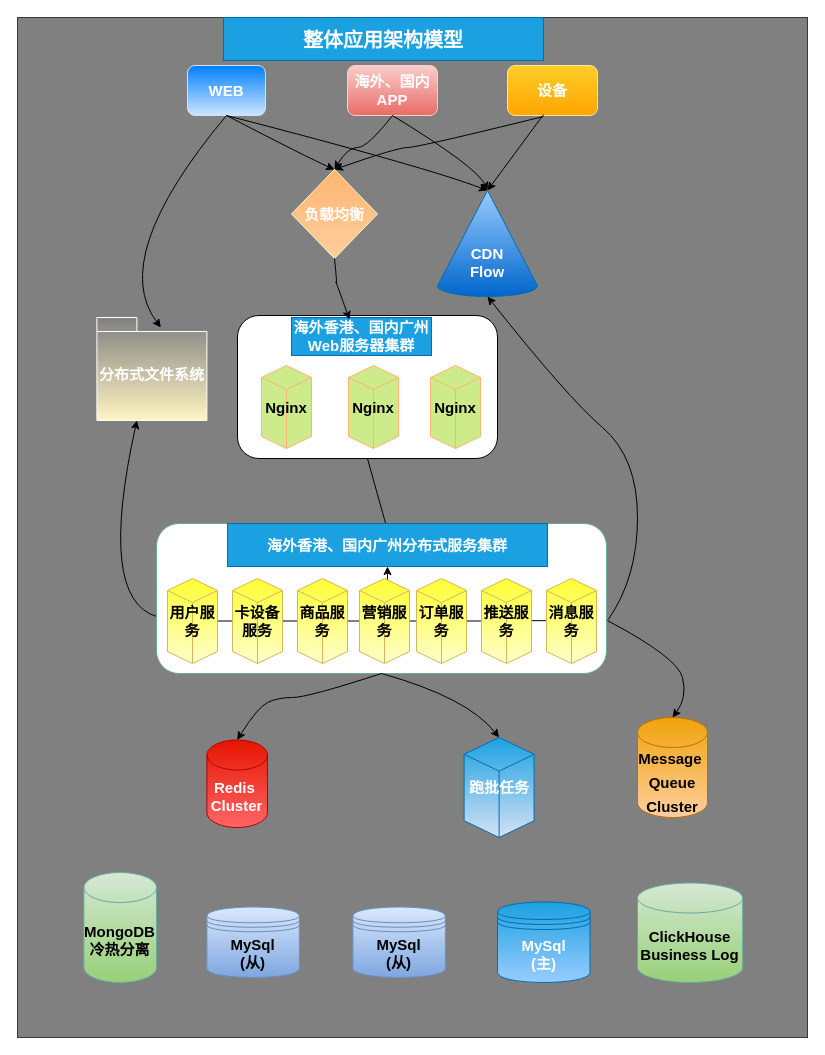
Above: cloudbirds/整体全景应用架构模型3.0.drawio in luoyongshun/framework (draw.io), before the change. Source tidied: cells renumbered, new cells numbered last; positions are measured from the earlier drawing's top-left corner, leaving out a move shared by most shapes. Both pictures are drawn from the tidied source at 100%, with x=0, y=0 at pixel (17, 17).
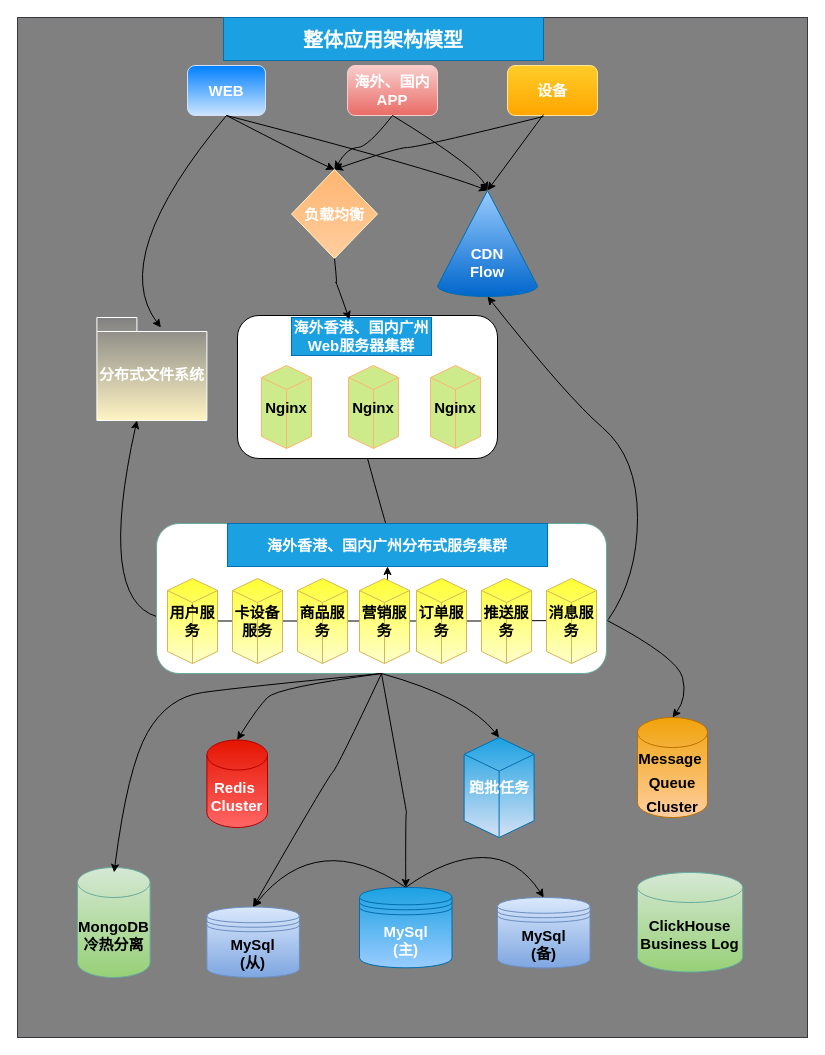
The same page after the edit.

Commit message (it also covers changes not shown here):
更新整体全景应用架构模型3.0.drawio

The change refers to these unchanged cells:
```xml
<mxCell id="12" style="rounded=1;whiteSpace=wrap;html=1;strokeColor=#67AB9F;fontSize=15;fontColor=#000000;fillColor=#FFFFFF;" parent="1" vertex="1">
  <mxGeometry x="139" y="506" width="450" height="150" as="geometry" />
</mxCell>
<mxCell id="23" value="MySql&lt;br&gt;(从)" style="shape=datastore;whiteSpace=wrap;html=1;strokeColor=#6c8ebf;fontSize=15;fillColor=#dae8fc;gradientColor=#7ea6e0;fontStyle=1;" parent="1" vertex="1">
  <mxGeometry x="189.4" y="889.5" width="92.5" height="70.5" as="geometry" />
</mxCell>
<mxCell id="34" value="&lt;font style=&quot;font-size: 15px;&quot;&gt;&lt;span style=&quot;&quot;&gt;Redis&amp;nbsp;&lt;/span&gt;&lt;br&gt;&lt;font style=&quot;font-size: 15px;&quot;&gt;Cluster&lt;/font&gt;&lt;/font&gt;" style="shape=cylinder3;whiteSpace=wrap;html=1;boundedLbl=1;backgroundOutline=1;size=15;fontSize=15;fillColor=#e51400;strokeColor=#B20000;fontStyle=1;fontColor=#ffffff;gradientColor=#FF6666;" parent="1" vertex="1">
  <mxGeometry x="189.4" y="722.5" width="60.6" height="87.5" as="geometry" />
</mxCell>
```

What changed in the source:
```diff
@@
     <mxCell id="24" value="MongoDB&lt;br&gt;冷热分离" style="shape=cylinder3;whiteSpace=wrap;html=1;boundedLbl=1;backgroundOutline=1;size=15;fontSize=15;fillColor=#d5e8d4;strokeColor=#67AB9F;gradientColor=#97d077;fontStyle=1;" parent="1" vertex="1">
-      <mxGeometry x="66.4" y="855" width="72.6" height="110" as="geometry" />
+      <mxGeometry x="60" y="850" width="72.6" height="110" as="geometry" />
     </mxCell>
@@
     <mxCell id="26" value="&lt;font style=&quot;font-size: 15px;&quot;&gt;ClickHouse&lt;br&gt;Business Log&lt;/font&gt;" style="shape=cylinder3;whiteSpace=wrap;html=1;boundedLbl=1;backgroundOutline=1;size=15;fontSize=15;fillColor=#d5e8d4;strokeColor=#67AB9F;gradientColor=#97d077;fontStyle=1;" parent="1" vertex="1">
-      <mxGeometry x="620" y="865.5" width="105.2" height="99.5" as="geometry" />
+      <mxGeometry x="620" y="855" width="105.2" height="99.5" as="geometry" />
     </mxCell>
@@
-    <mxCell id="28" value="MySql&lt;br style=&quot;border-color: var(--border-color);&quot;&gt;(从)" style="shape=datastore;whiteSpace=wrap;html=1;strokeColor=#6c8ebf;fontSize=15;fillColor=#dae8fc;gradientColor=#7ea6e0;fontStyle=1;" parent="1" vertex="1">
-      <mxGeometry x="335.4" y="889.5" width="92.5" height="70.5" as="geometry" />
+    <mxCell id="28" value="MySql&lt;br style=&quot;border-color: var(--border-color);&quot;&gt;(备)" style="shape=datastore;whiteSpace=wrap;html=1;strokeColor=#6c8ebf;fontSize=15;fillColor=#dae8fc;gradientColor=#7ea6e0;fontStyle=1;" parent="1" vertex="1">
+      <mxGeometry x="480" y="880" width="92.5" height="70.5" as="geometry" />
     </mxCell>
     <mxCell id="29" value="MySql&lt;br style=&quot;border-color: var(--border-color);&quot;&gt;(主)" style="shape=datastore;whiteSpace=wrap;html=1;strokeColor=#006EAF;fontSize=15;fillColor=#1ba1e2;fontStyle=1;fontColor=#ffffff;gradientColor=#99CCFF;" parent="1" vertex="1">
-      <mxGeometry x="480" y="884.5" width="92.5" height="80.5" as="geometry" />
+      <mxGeometry x="342" y="869.8" width="92.5" height="80.5" as="geometry" />
     </mxCell>
@@
     <mxCell id="42" style="curved=1;endArrow=classic;html=1;rounded=0;fontSize=15;fontColor=#FFFFFF;exitX=0.5;exitY=1;exitDx=0;exitDy=0;entryX=0.5;entryY=0;entryDx=0;entryDy=0;entryPerimeter=0;" parent="1" edge="1" source="12" target="34">
       <mxGeometry relative="1" as="geometry">
         <Array as="points">
-          <mxPoint x="290" y="680" />
-          <mxPoint x="260" y="680" />
+          <mxPoint x="260" y="670" />
           <mxPoint x="240" y="690" />
         </Array>
       </mxGeometry>
     </mxCell>
@@
+    <mxCell id="49" style="curved=1;endArrow=classic;html=1;rounded=0;fontSize=15;fontColor=#FFFFFF;entryX=0.504;entryY=0.045;entryDx=0;entryDy=0;entryPerimeter=0;exitX=0.5;exitY=1;exitDx=0;exitDy=0;" parent="1" edge="1" source="12" target="24">
+      <mxGeometry relative="1" as="geometry">
+        <Array as="points">
+          <mxPoint x="220" y="670" />
+          <mxPoint x="150" y="680" />
+          <mxPoint x="110" y="750" />
+        </Array>
+      </mxGeometry>
+    </mxCell>
+    <mxCell id="50" style="curved=1;endArrow=classic;html=1;rounded=0;fontSize=15;fontColor=#FFFFFF;exitX=0.5;exitY=1;exitDx=0;exitDy=0;entryX=0.5;entryY=0;entryDx=0;entryDy=0;" parent="1" edge="1" source="12" target="23">
+      <mxGeometry relative="1" as="geometry">
+        <Array as="points">
+          <mxPoint x="320" y="750" />
+          <mxPoint x="310" y="760" />
+        </Array>
+      </mxGeometry>
+    </mxCell>
+    <mxCell id="51" style="curved=1;endArrow=classic;html=1;rounded=0;fontSize=15;fontColor=#FFFFFF;exitX=0.5;exitY=1;exitDx=0;exitDy=0;entryX=0.5;entryY=0;entryDx=0;entryDy=0;" parent="1" edge="1" source="12" target="29">
+      <mxGeometry relative="1" as="geometry">
+        <Array as="points">
+          <mxPoint x="390" y="800" />
+          <mxPoint x="388" y="790" />
+        </Array>
+      </mxGeometry>
+    </mxCell>
+    <mxCell id="52" style="curved=1;endArrow=classic;html=1;rounded=0;fontSize=15;fontColor=#FFFFFF;entryX=0.5;entryY=0;entryDx=0;entryDy=0;exitX=0.5;exitY=0;exitDx=0;exitDy=0;" parent="1" edge="1" source="29" target="23">
+      <mxGeometry relative="1" as="geometry">
+        <Array as="points">
+          <mxPoint x="300" y="810" />
+        </Array>
+      </mxGeometry>
+    </mxCell>
+    <mxCell id="53" style="curved=1;endArrow=classic;html=1;rounded=0;fontSize=15;fontColor=#FFFFFF;entryX=0.5;entryY=0;entryDx=0;entryDy=0;exitX=0.5;exitY=0;exitDx=0;exitDy=0;" parent="1" edge="1" source="29" target="28">
+      <mxGeometry relative="1" as="geometry">
+        <Array as="points">
+          <mxPoint x="430" y="840" />
+          <mxPoint x="500" y="840" />
+        </Array>
+      </mxGeometry>
+    </mxCell>
```
